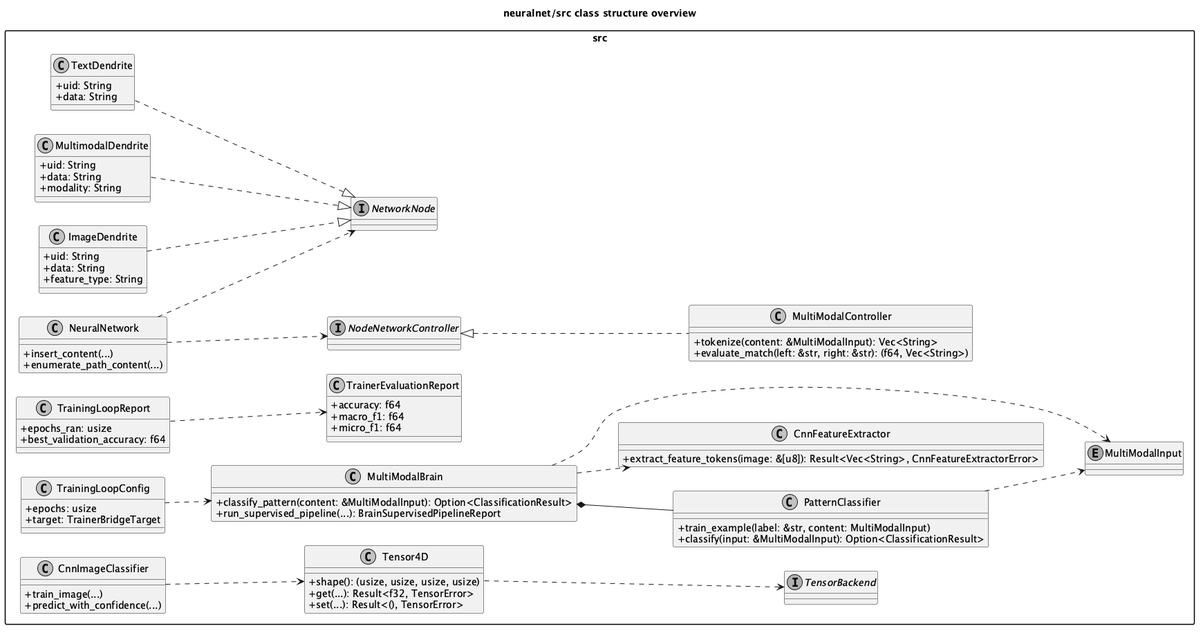
samcolak/neuron keeps this PlantUML diagram as library/neuralnet/src/architecture.png. Above is the earlier version. Source of this version:
```plantuml
@startuml
left to right direction
skinparam packageStyle rectangle
skinparam shadowing false
skinparam monochrome true
skinparam classAttributeIconSize 0

title neuralnet/src class structure overview

package "src" {
  class MultiModalBrain {
    + classify_pattern(content: &MultiModalInput): Option<ClassificationResult>
    + run_supervised_pipeline(...): BrainSupervisedPipelineReport
  }

  class NeuralNetwork {
    + insert_content(...)
    + enumerate_path_content(...)
  }

  interface NetworkNode
  interface NodeNetworkController

  class CnnImageClassifier {
    + train_image(...)
    + predict_with_confidence(...)
  }

  class CnnFeatureExtractor {
    + extract_feature_tokens(image: &[u8]): Result<Vec<String>, CnnFeatureExtractorError>
  }

  class PatternClassifier {
    + train_example(label: &str, content: MultiModalInput)
    + classify(input: &MultiModalInput): Option<ClassificationResult>
  }

  class MultiModalController {
    + tokenize(content: &MultiModalInput): Vec<String>
    + evaluate_match(left: &str, right: &str): (f64, Vec<String>)
  }

  enum MultiModalInput

  class Tensor4D {
    + shape(): (usize, usize, usize, usize)
    + get(...): Result<f32, TensorError>
    + set(...): Result<(), TensorError>
  }

  interface TensorBackend

  class TrainingLoopConfig {
    + epochs: usize
    + target: TrainerBridgeTarget
  }

  class TrainingLoopReport {
    + epochs_ran: usize
    + best_validation_accuracy: f64
  }

  class TrainerEvaluationReport {
    + accuracy: f64
    + macro_f1: f64
    + micro_f1: f64
  }

  class TextDendrite {
    + uid: String
    + data: String
  }

  class ImageDendrite {
    + uid: String
    + data: String
    + feature_type: String
  }

  class MultimodalDendrite {
    + uid: String
    + data: String
    + modality: String
  }
}

NodeNetworkController <|.. MultiModalController
PatternClassifier ..> MultiModalInput
MultiModalBrain *-- PatternClassifier
MultiModalBrain ..> CnnFeatureExtractor
MultiModalBrain ..> MultiModalInput

Tensor4D ..> TensorBackend

NeuralNetwork ..> NetworkNode
NeuralNetwork ..> NodeNetworkController
MultimodalDendrite ..|> NetworkNode
TextDendrite ..|> NetworkNode
ImageDendrite ..|> NetworkNode

CnnImageClassifier ..> Tensor4D
TrainingLoopReport ..> TrainerEvaluationReport
TrainingLoopConfig ..> MultiModalBrain
@enduml
```
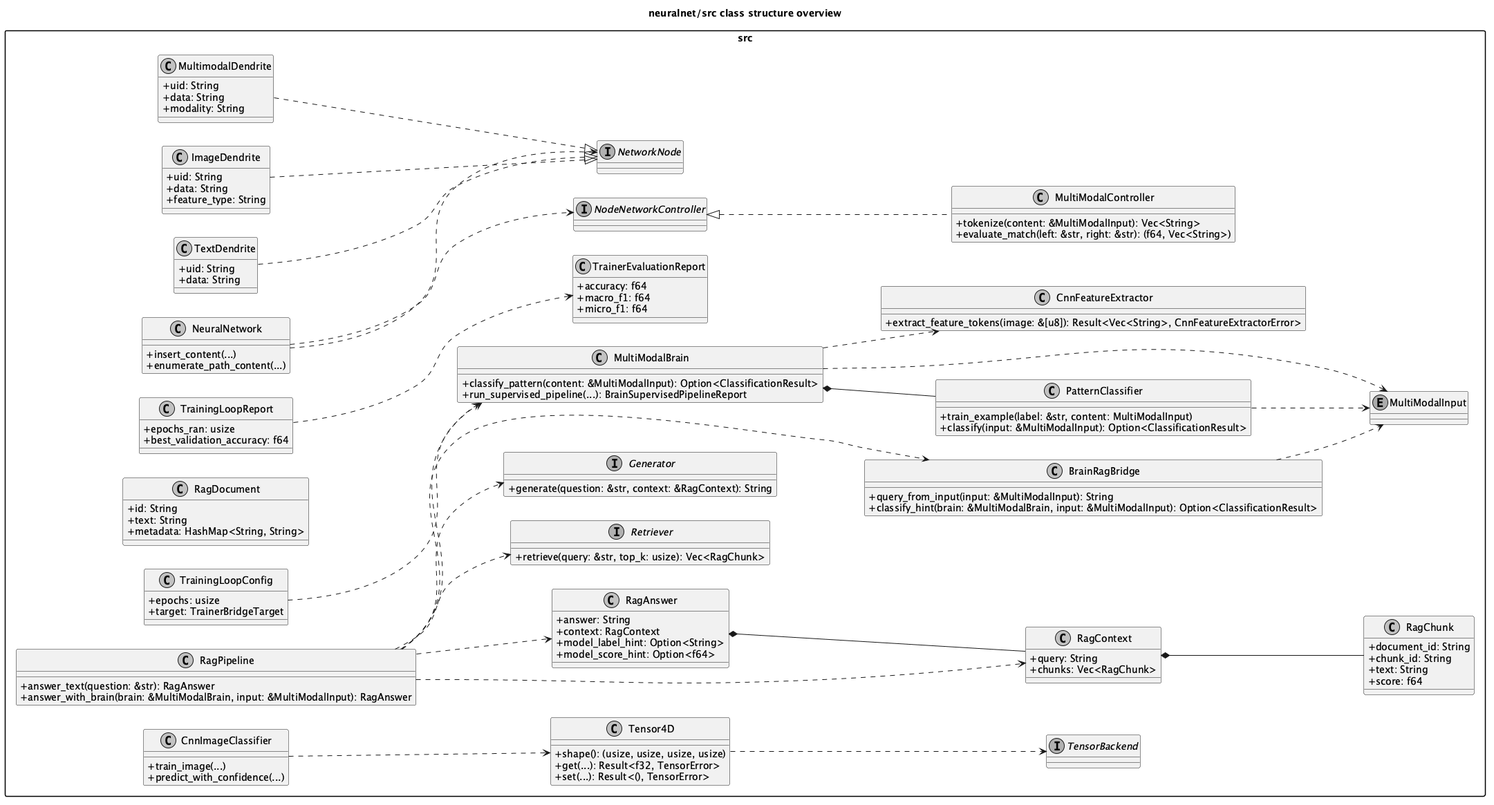
After the commit.

The edit, as a diff of the source:
```diff
@@ -33,6 +33,49 @@
   class PatternClassifier {
     + train_example(label: &str, content: MultiModalInput)
     + classify(input: &MultiModalInput): Option<ClassificationResult>
+  }
+
+  class RagPipeline {
+    + answer_text(question: &str): RagAnswer
+    + answer_with_brain(brain: &MultiModalBrain, input: &MultiModalInput): RagAnswer
+  }
+
+  interface Retriever {
+    + retrieve(query: &str, top_k: usize): Vec<RagChunk>
+  }
+
+  interface Generator {
+    + generate(question: &str, context: &RagContext): String
+  }
+
+  class BrainRagBridge {
+    + query_from_input(input: &MultiModalInput): String
+    + classify_hint(brain: &MultiModalBrain, input: &MultiModalInput): Option<ClassificationResult>
+  }
+
+  class RagDocument {
+    + id: String
+    + text: String
+    + metadata: HashMap<String, String>
+  }
+
+  class RagChunk {
+    + document_id: String
+    + chunk_id: String
+    + text: String
+    + score: f64
+  }
+
+  class RagContext {
+    + query: String
+    + chunks: Vec<RagChunk>
+  }
+
+  class RagAnswer {
+    + answer: String
+    + context: RagContext
+    + model_label_hint: Option<String>
+    + model_score_hint: Option<f64>
   }
 
   class MultiModalController {
@@ -90,6 +133,16 @@
 MultiModalBrain ..> CnnFeatureExtractor
 MultiModalBrain ..> MultiModalInput
 
+RagPipeline ..> Retriever
+RagPipeline ..> Generator
+RagPipeline ..> RagContext
+RagPipeline ..> RagAnswer
+RagPipeline ..> BrainRagBridge
+RagPipeline ..> MultiModalBrain
+BrainRagBridge ..> MultiModalInput
+RagContext *-- RagChunk
+RagAnswer *-- RagContext
+
 Tensor4D ..> TensorBackend
 
 NeuralNetwork ..> NetworkNode
```
